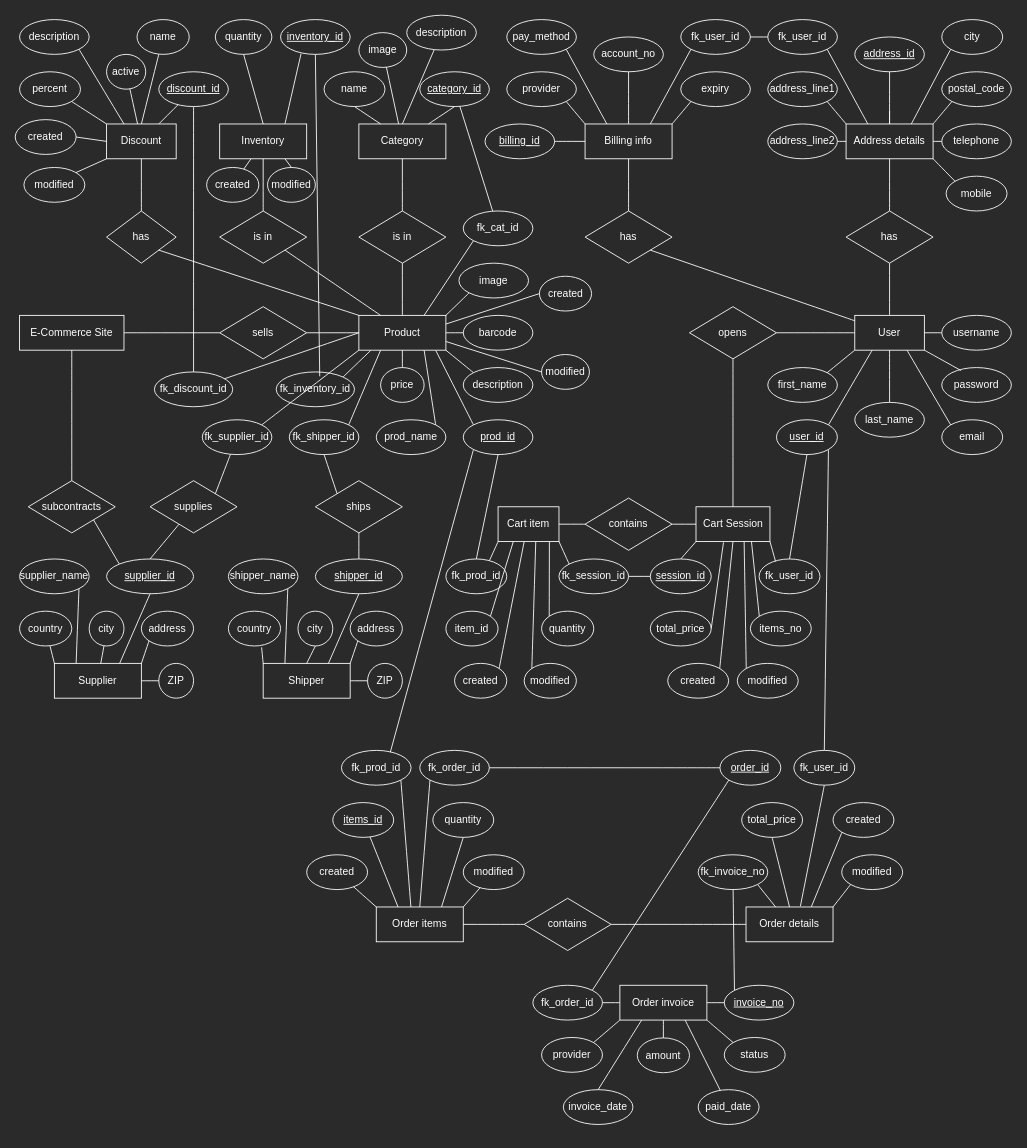
The draw.io diagram page "ER Diagram" (2 of 4) of diagrams/famazon.drawio in PCSedlaczek/BE15_CR9_Sedlaczek, before the edit. Source tidied: cells renumbered, new cells numbered last; positions are measured from the earlier drawing's top-left corner, leaving out a move shared by most shapes. Both pictures are drawn from the tidied source at 87%, with x=0, y=0 at pixel (15, 15).
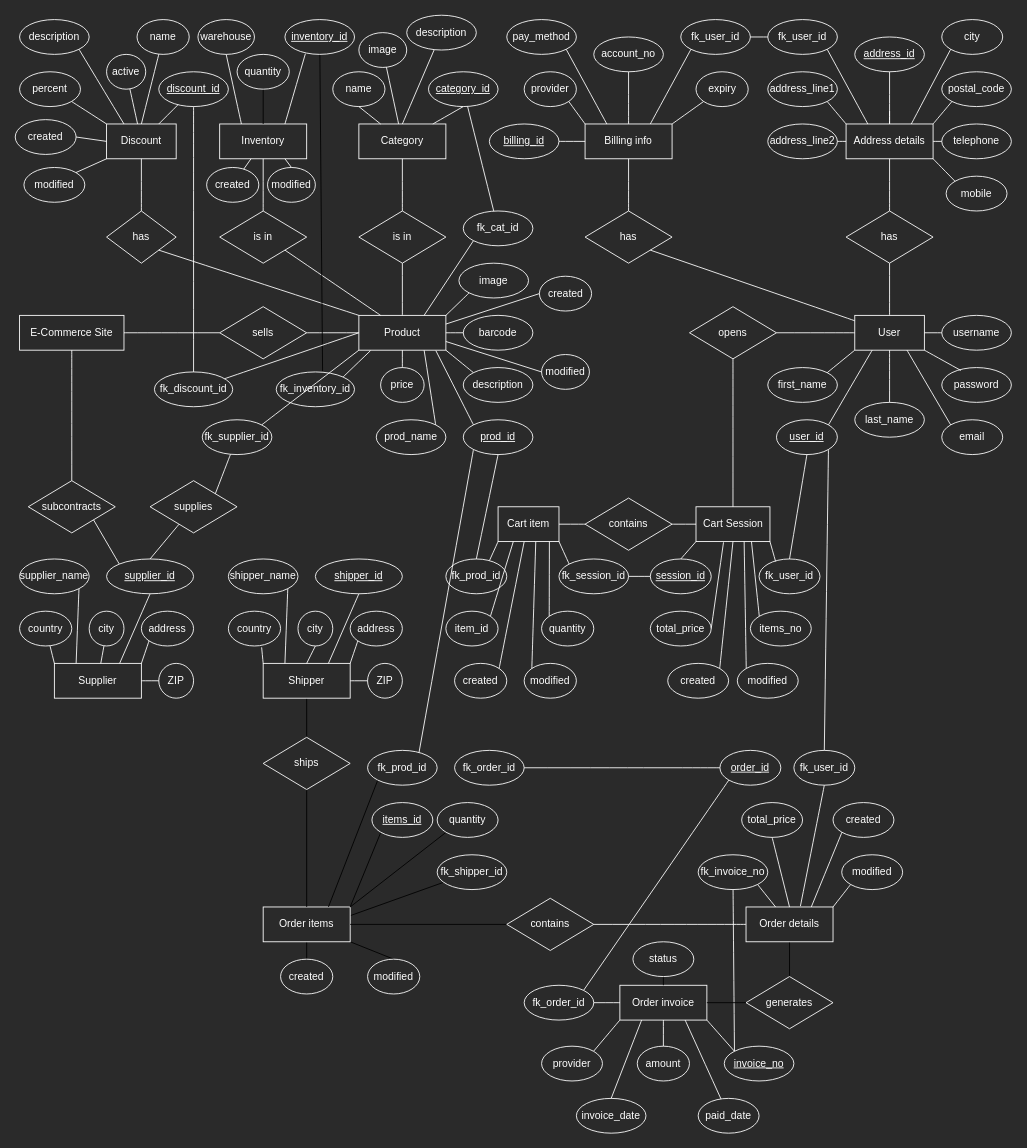
Above is the later version.

The change refers to these unchanged cells:
```xml
<mxCell id="14" value="Product" style="whiteSpace=wrap;html=1;align=center;labelBackgroundColor=none;fontColor=#FFFFFF;strokeColor=#FFFFFF;strokeWidth=1;fillColor=none;" parent="1" vertex="1">
  <mxGeometry x="395" y="345" width="100" height="40" as="geometry" />
</mxCell>
<mxCell id="74" value="Inventory" style="whiteSpace=wrap;html=1;align=center;labelBackgroundColor=none;fontColor=#FFFFFF;strokeColor=#FFFFFF;strokeWidth=1;fillColor=none;" parent="1" vertex="1">
  <mxGeometry x="235" y="125" width="100" height="40" as="geometry" />
</mxCell>
<mxCell id="110" value="prod_id" style="ellipse;whiteSpace=wrap;html=1;align=center;labelBackgroundColor=none;fontColor=#FFFFFF;strokeColor=#FFFFFF;strokeWidth=1;fillColor=none;fontStyle=4;" parent="1" vertex="1">
  <mxGeometry x="515" y="465" width="80" height="40" as="geometry" />
</mxCell>
<mxCell id="114" value="fk_inventory_id" style="ellipse;whiteSpace=wrap;html=1;align=center;labelBackgroundColor=none;fontColor=#FFFFFF;strokeColor=#FFFFFF;strokeWidth=1;fillColor=none;" parent="1" vertex="1">
  <mxGeometry x="300" y="410" width="90" height="40" as="geometry" />
</mxCell>
<mxCell id="131" value="Shipper" style="whiteSpace=wrap;html=1;align=center;labelBackgroundColor=none;fontColor=#FFFFFF;strokeColor=#FFFFFF;strokeWidth=1;fillColor=none;" parent="1" vertex="1">
  <mxGeometry x="285" y="745" width="100" height="40" as="geometry" />
</mxCell>
<mxCell id="139" value="Order invoice" style="whiteSpace=wrap;html=1;align=center;labelBackgroundColor=none;fontColor=#FFFFFF;strokeColor=#FFFFFF;strokeWidth=1;fillColor=none;" parent="1" vertex="1">
  <mxGeometry x="695" y="1115" width="100" height="40" as="geometry" />
</mxCell>
<mxCell id="141" value="Order details" style="whiteSpace=wrap;html=1;align=center;labelBackgroundColor=none;fontColor=#FFFFFF;strokeColor=#FFFFFF;strokeWidth=1;fillColor=none;" parent="1" vertex="1">
  <mxGeometry x="840" y="1025" width="100" height="40" as="geometry" />
</mxCell>
<mxCell id="158" value="shipper_id" style="ellipse;whiteSpace=wrap;html=1;align=center;labelBackgroundColor=none;fontColor=#FFFFFF;strokeColor=#FFFFFF;strokeWidth=1;fillColor=none;fontStyle=4;" parent="1" vertex="1">
  <mxGeometry x="345" y="625" width="100" height="40" as="geometry" />
</mxCell>
```

What changed in the source:
```diff
@@
     <mxCell id="45" value="billing_id" style="ellipse;whiteSpace=wrap;html=1;align=center;labelBackgroundColor=none;fontColor=#FFFFFF;strokeColor=#FFFFFF;strokeWidth=1;fillColor=none;fontStyle=4;" parent="1" vertex="1">
-      <mxGeometry x="540" y="125" width="80" height="40" as="geometry" />
+      <mxGeometry x="545" y="125" width="80" height="40" as="geometry" />
     </mxCell>
@@
     <mxCell id="48" value="provider" style="ellipse;whiteSpace=wrap;html=1;align=center;labelBackgroundColor=none;fontColor=#FFFFFF;strokeColor=#FFFFFF;strokeWidth=1;fillColor=none;" parent="1" vertex="1">
-      <mxGeometry x="565" y="65" width="80" height="40" as="geometry" />
+      <mxGeometry x="585" y="65" width="60" height="40" as="geometry" />
     </mxCell>
@@
     <mxCell id="50" value="expiry" style="ellipse;whiteSpace=wrap;html=1;align=center;labelBackgroundColor=none;fontColor=#FFFFFF;strokeColor=#FFFFFF;strokeWidth=1;fillColor=none;" parent="1" vertex="1">
-      <mxGeometry x="765" y="65" width="80" height="40" as="geometry" />
+      <mxGeometry x="782.5" y="65" width="60" height="40" as="geometry" />
     </mxCell>
@@
-    <mxCell id="71" style="edgeStyle=none;curved=1;html=1;exitX=0.5;exitY=0;exitDx=0;exitDy=0;entryX=0.5;entryY=1;entryDx=0;entryDy=0;fontColor=#FFFFFF;endArrow=none;endFill=0;strokeColor=#FFFFFF;" parent="1" edge="1" source="74" target="91">
+    <mxCell id="71" style="edgeStyle=none;curved=1;html=1;exitX=0.25;exitY=0;exitDx=0;exitDy=0;entryX=0.5;entryY=1;entryDx=0;entryDy=0;fontColor=#FFFFFF;endArrow=none;endFill=0;strokeColor=#FFFFFF;" parent="1" edge="1" source="74" target="91">
       <mxGeometry relative="1" as="geometry" />
     </mxCell>
@@
     <mxCell id="86" value="category_id" style="ellipse;whiteSpace=wrap;html=1;align=center;labelBackgroundColor=none;fontColor=#FFFFFF;strokeColor=#FFFFFF;strokeWidth=1;fillColor=none;fontStyle=4;" parent="1" vertex="1">
-      <mxGeometry x="465" y="65" width="80" height="40" as="geometry" />
+      <mxGeometry x="475" y="65" width="80" height="40" as="geometry" />
     </mxCell>
     <mxCell id="87" value="name" style="ellipse;whiteSpace=wrap;html=1;align=center;labelBackgroundColor=none;fontColor=#FFFFFF;strokeColor=#FFFFFF;strokeWidth=1;fillColor=none;" parent="1" vertex="1">
-      <mxGeometry x="355" y="65" width="70" height="40" as="geometry" />
+      <mxGeometry x="365" y="65" width="60" height="40" as="geometry" />
     </mxCell>
@@
-    <mxCell id="89" style="edgeStyle=none;html=1;exitX=0.5;exitY=1;exitDx=0;exitDy=0;fontColor=#FFFFFF;endArrow=none;endFill=0;strokeColor=#FFFFFF;" parent="1" edge="1" source="90">
-      <mxGeometry relative="1" as="geometry">
-        <mxPoint x="350" y="415" as="targetPoint" />
-      </mxGeometry>
-    </mxCell>
+    <mxCell id="247" style="edgeStyle=none;html=1;entryX=0.592;entryY=-0.017;entryDx=0;entryDy=0;entryPerimeter=0;endArrow=none;endFill=0;" parent="1" edge="1" source="90" target="114">
+      <mxGeometry relative="1" as="geometry" />
+    </mxCell>
     <mxCell id="90" value="inventory_id" style="ellipse;whiteSpace=wrap;html=1;align=center;labelBackgroundColor=none;fontColor=#FFFFFF;strokeColor=#FFFFFF;strokeWidth=1;fillColor=none;fontStyle=4;" parent="1" vertex="1">
-      <mxGeometry x="305" y="5" width="80" height="40" as="geometry" />
+      <mxGeometry x="310" y="5" width="80" height="40" as="geometry" />
     </mxCell>
-    <mxCell id="91" value="quantity" style="ellipse;whiteSpace=wrap;html=1;align=center;labelBackgroundColor=none;fontColor=#FFFFFF;strokeColor=#FFFFFF;strokeWidth=1;fillColor=none;" parent="1" vertex="1">
-      <mxGeometry x="230" y="5" width="65" height="40" as="geometry" />
+    <mxCell id="91" value="warehouse" style="ellipse;whiteSpace=wrap;html=1;align=center;labelBackgroundColor=none;fontColor=#FFFFFF;strokeColor=#FFFFFF;strokeWidth=1;fillColor=none;" parent="1" vertex="1">
+      <mxGeometry x="210" y="5" width="65" height="40" as="geometry" />
     </mxCell>
@@
-    <mxCell id="109" style="edgeStyle=none;curved=1;html=1;exitX=0;exitY=1;exitDx=0;exitDy=0;entryX=0.701;entryY=0.058;entryDx=0;entryDy=0;fontColor=#FFFFFF;endArrow=none;endFill=0;strokeColor=#FFFFFF;entryPerimeter=0;" parent="1" edge="1" source="110" target="168">
+    <mxCell id="109" style="edgeStyle=none;curved=1;html=1;exitX=0;exitY=1;exitDx=0;exitDy=0;entryX=0.739;entryY=0.063;entryDx=0;entryDy=0;fontColor=#FFFFFF;endArrow=none;endFill=0;strokeColor=#FFFFFF;entryPerimeter=0;" parent="1" edge="1" source="110" target="168">
       <mxGeometry relative="1" as="geometry" />
     </mxCell>
@@
-    <mxCell id="117" style="edgeStyle=none;curved=1;html=1;exitX=1;exitY=0;exitDx=0;exitDy=0;entryX=0.25;entryY=1;entryDx=0;entryDy=0;fontColor=#FFFFFF;endArrow=none;endFill=0;strokeColor=#FFFFFF;" parent="1" edge="1" source="118" target="14">
-      <mxGeometry relative="1" as="geometry" />
-    </mxCell>
+    <mxCell id="248" style="edgeStyle=none;html=1;entryX=1;entryY=0.25;entryDx=0;entryDy=0;endArrow=none;endFill=0;" parent="1" edge="1" source="118" target="126">
+      <mxGeometry relative="1" as="geometry" />
+    </mxCell>
     <mxCell id="118" value="fk_shipper_id" style="ellipse;whiteSpace=wrap;html=1;align=center;labelBackgroundColor=none;fontColor=#FFFFFF;strokeColor=#FFFFFF;strokeWidth=1;fillColor=none;" parent="1" vertex="1">
-      <mxGeometry x="315" y="465" width="80" height="40" as="geometry" />
+      <mxGeometry x="485" y="965" width="80" height="40" as="geometry" />
     </mxCell>
@@
+    <mxCell id="249" style="edgeStyle=none;html=1;endArrow=none;endFill=0;" parent="1" edge="1" source="126" target="164">
+      <mxGeometry relative="1" as="geometry" />
+    </mxCell>
+    <mxCell id="250" style="edgeStyle=none;html=1;entryX=0.5;entryY=0;entryDx=0;entryDy=0;endArrow=none;endFill=0;" parent="1" edge="1" source="126" target="162">
+      <mxGeometry relative="1" as="geometry" />
+    </mxCell>
     <mxCell id="126" value="Order items" style="whiteSpace=wrap;html=1;align=center;labelBackgroundColor=none;fontColor=#FFFFFF;strokeColor=#FFFFFF;strokeWidth=1;fillColor=none;" parent="1" vertex="1">
-      <mxGeometry x="415" y="1025" width="100" height="40" as="geometry" />
+      <mxGeometry x="285" y="1025" width="100" height="40" as="geometry" />
     </mxCell>
@@
+    <mxCell id="251" style="edgeStyle=none;html=1;entryX=0.5;entryY=0;entryDx=0;entryDy=0;endArrow=none;endFill=0;" parent="1" edge="1" source="131" target="222">
+      <mxGeometry relative="1" as="geometry" />
+    </mxCell>
@@
-    <mxCell id="135" style="edgeStyle=none;curved=1;html=1;exitX=1;exitY=1;exitDx=0;exitDy=0;entryX=0;entryY=0;entryDx=0;entryDy=0;fontColor=#FFFFFF;endArrow=none;endFill=0;strokeColor=#FFFFFF;" parent="1" edge="1" source="139" target="211">
-      <mxGeometry relative="1" as="geometry" />
-    </mxCell>
-    <mxCell id="136" style="edgeStyle=none;curved=1;html=1;exitX=1;exitY=0.5;exitDx=0;exitDy=0;entryX=0;entryY=0.5;entryDx=0;entryDy=0;fontColor=#FFFFFF;endArrow=none;endFill=0;strokeColor=#FFFFFF;" parent="1" edge="1" source="139" target="214">
+    <mxCell id="136" style="edgeStyle=none;curved=1;html=1;exitX=1;exitY=1;exitDx=0;exitDy=0;entryX=0;entryY=0;entryDx=0;entryDy=0;fontColor=#FFFFFF;endArrow=none;endFill=0;strokeColor=#FFFFFF;" parent="1" edge="1" source="139" target="214">
       <mxGeometry relative="1" as="geometry" />
     </mxCell>
@@
+    <mxCell id="252" style="edgeStyle=none;html=1;endArrow=none;endFill=0;" parent="1" edge="1" source="141" target="258">
+      <mxGeometry relative="1" as="geometry" />
+    </mxCell>
@@
-    <mxCell id="159" style="edgeStyle=none;curved=1;html=1;entryX=0.25;entryY=0;entryDx=0;entryDy=0;fontColor=#FFFFFF;endArrow=none;endFill=0;strokeColor=#FFFFFF;" parent="1" edge="1" source="160" target="126">
+    <mxCell id="159" style="edgeStyle=none;html=1;entryX=1;entryY=0;entryDx=0;entryDy=0;endArrow=none;endFill=0;exitX=0;exitY=1;exitDx=0;exitDy=0;" parent="1" edge="1" source="160" target="126">
       <mxGeometry relative="1" as="geometry" />
     </mxCell>
     <mxCell id="160" value="items_id" style="ellipse;whiteSpace=wrap;html=1;align=center;labelBackgroundColor=none;fontColor=#FFFFFF;strokeColor=#FFFFFF;strokeWidth=1;fillColor=none;fontStyle=4;" parent="1" vertex="1">
-      <mxGeometry x="365" y="905" width="70" height="40" as="geometry" />
+      <mxGeometry x="410" y="905" width="70" height="40" as="geometry" />
     </mxCell>
-    <mxCell id="161" style="edgeStyle=none;curved=1;html=1;entryX=1;entryY=0;entryDx=0;entryDy=0;fontColor=#FFFFFF;endArrow=none;endFill=0;strokeColor=#FFFFFF;" parent="1" edge="1" source="162" target="126">
-      <mxGeometry relative="1" as="geometry" />
-    </mxCell>
     <mxCell id="162" value="modified" style="ellipse;whiteSpace=wrap;html=1;align=center;labelBackgroundColor=none;fontColor=#FFFFFF;strokeColor=#FFFFFF;strokeWidth=1;fillColor=none;" parent="1" vertex="1">
-      <mxGeometry x="515" y="965" width="70" height="40" as="geometry" />
+      <mxGeometry x="405" y="1085" width="60" height="40" as="geometry" />
     </mxCell>
-    <mxCell id="163" style="edgeStyle=none;curved=1;html=1;entryX=0;entryY=0;entryDx=0;entryDy=0;fontColor=#FFFFFF;endArrow=none;endFill=0;strokeColor=#FFFFFF;" parent="1" edge="1" source="164" target="126">
-      <mxGeometry relative="1" as="geometry" />
-    </mxCell>
     <mxCell id="164" value="created" style="ellipse;whiteSpace=wrap;html=1;align=center;labelBackgroundColor=none;fontColor=#FFFFFF;strokeColor=#FFFFFF;strokeWidth=1;fillColor=none;" parent="1" vertex="1">
-      <mxGeometry x="335" y="965" width="70" height="40" as="geometry" />
+      <mxGeometry x="305" y="1085" width="60" height="40" as="geometry" />
     </mxCell>
-    <mxCell id="165" style="edgeStyle=none;curved=1;html=1;exitX=0.5;exitY=1;exitDx=0;exitDy=0;fontColor=#FFFFFF;endArrow=none;endFill=0;strokeColor=#FFFFFF;entryX=0.75;entryY=0;entryDx=0;entryDy=0;" parent="1" edge="1" source="166" target="126">
+    <mxCell id="165" style="edgeStyle=none;html=1;exitX=0;exitY=1;exitDx=0;exitDy=0;entryX=1;entryY=0;entryDx=0;entryDy=0;endArrow=none;endFill=0;" parent="1" edge="1" source="166" target="126">
       <mxGeometry relative="1" as="geometry" />
     </mxCell>
     <mxCell id="166" value="quantity" style="ellipse;whiteSpace=wrap;html=1;align=center;labelBackgroundColor=none;fontColor=#FFFFFF;strokeColor=#FFFFFF;strokeWidth=1;fillColor=none;" parent="1" vertex="1">
-      <mxGeometry x="480" y="905" width="70" height="40" as="geometry" />
+      <mxGeometry x="485" y="905" width="70" height="40" as="geometry" />
     </mxCell>
-    <mxCell id="167" style="edgeStyle=none;curved=1;html=1;exitX=1;exitY=1;exitDx=0;exitDy=0;fontColor=#FFFFFF;endArrow=none;endFill=0;strokeColor=#FFFFFF;entryX=0.398;entryY=0.001;entryDx=0;entryDy=0;entryPerimeter=0;" parent="1" edge="1" source="168" target="126">
+    <mxCell id="167" style="edgeStyle=none;html=1;exitX=0;exitY=1;exitDx=0;exitDy=0;entryX=0.75;entryY=0;entryDx=0;entryDy=0;endArrow=none;endFill=0;" parent="1" edge="1" source="168" target="126">
       <mxGeometry relative="1" as="geometry" />
     </mxCell>
     <mxCell id="168" value="fk_prod_id" style="ellipse;whiteSpace=wrap;html=1;align=center;labelBackgroundColor=none;fontColor=#FFFFFF;strokeColor=#FFFFFF;strokeWidth=1;fillColor=none;" parent="1" vertex="1">
-      <mxGeometry x="375" y="845" width="80" height="40" as="geometry" />
+      <mxGeometry x="405" y="845" width="80" height="40" as="geometry" />
     </mxCell>
-    <mxCell id="169" style="edgeStyle=none;curved=1;html=1;exitX=0;exitY=1;exitDx=0;exitDy=0;entryX=0.5;entryY=0;entryDx=0;entryDy=0;fontColor=#FFFFFF;endArrow=none;endFill=0;strokeColor=#FFFFFF;" parent="1" edge="1" source="170" target="126">
-      <mxGeometry relative="1" as="geometry" />
-    </mxCell>
     <mxCell id="170" value="fk_order_id" style="ellipse;whiteSpace=wrap;html=1;align=center;labelBackgroundColor=none;fontColor=#FFFFFF;strokeColor=#FFFFFF;strokeWidth=1;fillColor=none;" parent="1" vertex="1">
-      <mxGeometry x="465" y="845" width="80" height="40" as="geometry" />
+      <mxGeometry x="505" y="845" width="80" height="40" as="geometry" />
     </mxCell>
@@
     <mxCell id="209" value="amount" style="ellipse;whiteSpace=wrap;html=1;align=center;labelBackgroundColor=none;fontColor=#FFFFFF;strokeColor=#FFFFFF;strokeWidth=1;fillColor=none;" parent="1" vertex="1">
-      <mxGeometry x="715" y="1175.5" width="60" height="40" as="geometry" />
+      <mxGeometry x="715" y="1185" width="60" height="40" as="geometry" />
     </mxCell>
     <mxCell id="210" value="invoice_date" style="ellipse;whiteSpace=wrap;html=1;align=center;labelBackgroundColor=none;fontColor=#FFFFFF;strokeColor=#FFFFFF;strokeWidth=1;fillColor=none;" parent="1" vertex="1">
-      <mxGeometry x="630" y="1235" width="80" height="40" as="geometry" />
+      <mxGeometry x="645" y="1245" width="80" height="40" as="geometry" />
     </mxCell>
+    <mxCell id="253" style="edgeStyle=none;html=1;entryX=0.5;entryY=0;entryDx=0;entryDy=0;endArrow=none;endFill=0;" parent="1" edge="1" source="211" target="139">
+      <mxGeometry relative="1" as="geometry" />
+    </mxCell>
     <mxCell id="211" value="status" style="ellipse;whiteSpace=wrap;html=1;align=center;labelBackgroundColor=none;fontColor=#FFFFFF;strokeColor=#FFFFFF;strokeWidth=1;fillColor=none;" parent="1" vertex="1">
-      <mxGeometry x="815" y="1175" width="70" height="40" as="geometry" />
+      <mxGeometry x="710" y="1065" width="70" height="40" as="geometry" />
     </mxCell>
     <mxCell id="212" value="provider" style="ellipse;whiteSpace=wrap;html=1;align=center;labelBackgroundColor=none;fontColor=#FFFFFF;strokeColor=#FFFFFF;strokeWidth=1;fillColor=none;" parent="1" vertex="1">
-      <mxGeometry x="605" y="1175" width="70" height="40" as="geometry" />
+      <mxGeometry x="605" y="1185" width="70" height="40" as="geometry" />
     </mxCell>
     <mxCell id="213" value="fk_order_id" style="ellipse;whiteSpace=wrap;html=1;align=center;labelBackgroundColor=none;fontColor=#FFFFFF;strokeColor=#FFFFFF;strokeWidth=1;fillColor=none;" parent="1" vertex="1">
-      <mxGeometry x="595" y="1115" width="80" height="40" as="geometry" />
+      <mxGeometry x="585" y="1115" width="80" height="40" as="geometry" />
     </mxCell>
     <mxCell id="214" value="invoice_no" style="ellipse;whiteSpace=wrap;html=1;align=center;labelBackgroundColor=none;fontColor=#FFFFFF;strokeColor=#FFFFFF;strokeWidth=1;fillColor=none;fontStyle=4;" parent="1" vertex="1">
-      <mxGeometry x="815" y="1115" width="80" height="40" as="geometry" />
+      <mxGeometry x="815" y="1185" width="80" height="40" as="geometry" />
     </mxCell>
@@
-    <mxCell id="221" style="edgeStyle=none;curved=1;html=1;fontColor=#FFFFFF;endArrow=none;endFill=0;strokeColor=#FFFFFF;exitX=0.5;exitY=1;exitDx=0;exitDy=0;entryX=0.5;entryY=0;entryDx=0;entryDy=0;" parent="1" edge="1" source="222" target="158">
-      <mxGeometry relative="1" as="geometry" />
-    </mxCell>
+    <mxCell id="254" style="edgeStyle=none;html=1;entryX=0.5;entryY=0;entryDx=0;entryDy=0;endArrow=none;endFill=0;" parent="1" edge="1" source="222" target="126">
+      <mxGeometry relative="1" as="geometry" />
+    </mxCell>
     <mxCell id="222" value="ships" style="shape=rhombus;perimeter=rhombusPerimeter;whiteSpace=wrap;html=1;align=center;labelBackgroundColor=none;fontColor=#FFFFFF;strokeColor=#FFFFFF;strokeWidth=1;fillColor=none;" parent="1" vertex="1">
-      <mxGeometry x="345" y="535" width="100" height="60" as="geometry" />
+      <mxGeometry x="285" y="830" width="100" height="60" as="geometry" />
     </mxCell>
-    <mxCell id="223" style="edgeStyle=none;curved=1;html=1;fontColor=#FFFFFF;endArrow=none;endFill=0;strokeColor=#FFFFFF;entryX=0;entryY=0;entryDx=0;entryDy=0;exitX=0.5;exitY=1;exitDx=0;exitDy=0;" parent="1" edge="1" source="118" target="222">
-      <mxGeometry relative="1" as="geometry" />
-    </mxCell>
@@
-    <mxCell id="233" style="edgeStyle=none;curved=1;html=1;exitX=0;exitY=0.5;exitDx=0;exitDy=0;entryX=1;entryY=0.5;entryDx=0;entryDy=0;fontColor=#FFFFFF;endArrow=none;endFill=0;strokeColor=#FFFFFF;" parent="1" edge="1" source="234" target="126">
+    <mxCell id="233" style="edgeStyle=none;html=1;exitX=0;exitY=0.5;exitDx=0;exitDy=0;entryX=1;entryY=0.5;entryDx=0;entryDy=0;endArrow=none;endFill=0;" parent="1" edge="1" source="234" target="126">
       <mxGeometry relative="1" as="geometry" />
     </mxCell>
     <mxCell id="234" value="contains" style="shape=rhombus;perimeter=rhombusPerimeter;whiteSpace=wrap;html=1;align=center;labelBackgroundColor=none;fontColor=#FFFFFF;strokeColor=#FFFFFF;strokeWidth=1;fillColor=none;" parent="1" vertex="1">
-      <mxGeometry x="585" y="1015" width="100" height="60" as="geometry" />
+      <mxGeometry x="565" y="1015" width="100" height="60" as="geometry" />
     </mxCell>
     <mxCell id="235" value="paid_date" style="ellipse;whiteSpace=wrap;html=1;align=center;labelBackgroundColor=none;fontColor=#FFFFFF;strokeColor=#FFFFFF;strokeWidth=1;fillColor=none;" parent="1" vertex="1">
-      <mxGeometry x="785" y="1235" width="70" height="40" as="geometry" />
+      <mxGeometry x="785" y="1245" width="70" height="40" as="geometry" />
     </mxCell>
@@
+    <mxCell id="255" style="edgeStyle=none;html=1;endArrow=none;endFill=0;entryX=0.5;entryY=0;entryDx=0;entryDy=0;" parent="1" edge="1" source="256" target="74">
+      <mxGeometry relative="1" as="geometry" />
+    </mxCell>
+    <mxCell id="256" value="quantity" style="ellipse;whiteSpace=wrap;html=1;align=center;labelBackgroundColor=none;fontColor=#FFFFFF;strokeColor=#FFFFFF;strokeWidth=1;fillColor=none;" parent="1" vertex="1">
+      <mxGeometry x="255" y="45" width="60" height="40" as="geometry" />
+    </mxCell>
+    <mxCell id="257" style="edgeStyle=none;html=1;entryX=1;entryY=0.5;entryDx=0;entryDy=0;endArrow=none;endFill=0;" parent="1" edge="1" source="258" target="139">
+      <mxGeometry relative="1" as="geometry" />
+    </mxCell>
+    <mxCell id="258" value="generates" style="shape=rhombus;perimeter=rhombusPerimeter;whiteSpace=wrap;html=1;align=center;labelBackgroundColor=none;fontColor=#FFFFFF;strokeColor=#FFFFFF;strokeWidth=1;fillColor=none;" parent="1" vertex="1">
+      <mxGeometry x="840" y="1105" width="100" height="60" as="geometry" />
+    </mxCell>
```
